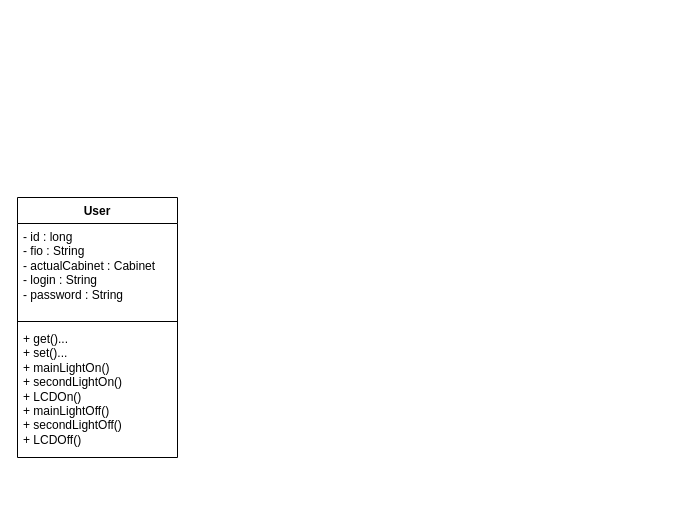
Before: Диаграмма без названия.drawio in Sparke2/Illustrations, a draw.io diagram. Source tidied: cells renumbered, new cells numbered last; positions are measured from the earlier drawing's top-left corner, leaving out a move shared by most shapes. Both pictures are drawn from the tidied source at 100%, with x=0, y=0 at pixel (17, 197).
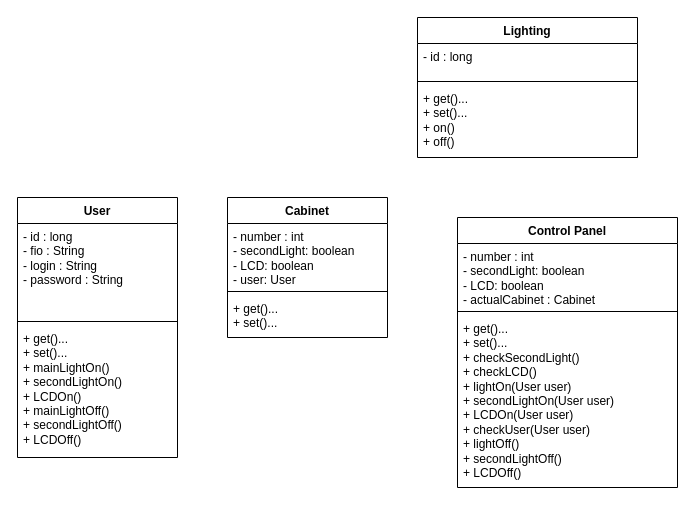
The same page after the edit.

What changed in the source:
```diff
@@
 <mxGraphModel>
   <root>
     <mxCell id="0" />
     <mxCell id="1" parent="0" />
     <mxCell id="2" value="User" style="swimlane;fontStyle=1;align=center;verticalAlign=top;horizontal=1;startSize=26;whiteSpace=wrap;html=1;" parent="1" vertex="1">
       <mxGeometry width="160" height="260" as="geometry" />
     </mxCell>
-    <mxCell id="3" value="- id : long&lt;br&gt;- fio : String&lt;br&gt;- actualCabinet : Cabinet&lt;br&gt;- login : String&lt;br&gt;- password : String" style="text;strokeColor=none;fillColor=none;align=left;verticalAlign=top;spacingLeft=4;spacingRight=4;overflow=hidden;whiteSpace=wrap;html=1;" parent="2" vertex="1">
+    <mxCell id="3" value="- id : long&lt;br&gt;- fio : String&lt;br&gt;- login : String&lt;br&gt;- password : String" style="text;strokeColor=none;fillColor=none;align=left;verticalAlign=top;spacingLeft=4;spacingRight=4;overflow=hidden;whiteSpace=wrap;html=1;" parent="2" vertex="1">
       <mxGeometry y="26" width="160" height="94" as="geometry" />
     </mxCell>
     <mxCell id="4" style="line;strokeWidth=1;fillColor=none;align=left;verticalAlign=middle;spacingTop=-1;spacingLeft=3;spacingRight=3;labelPosition=right;strokeColor=inherit;" parent="2" vertex="1">
       <mxGeometry y="120" width="160" height="8" as="geometry" />
     </mxCell>
     <mxCell id="5" value="+ get()...&lt;br&gt;+ set()...&lt;br&gt;+ mainLightOn()&lt;br&gt;+ secondLightOn()&lt;br&gt;+ LCDOn()&lt;br&gt;+ mainLightOff()&lt;br style=&quot;border-color: var(--border-color);&quot;&gt;+ secondLightOff()&lt;br style=&quot;border-color: var(--border-color);&quot;&gt;+ LCDOff()" style="text;strokeColor=none;fillColor=none;align=left;verticalAlign=top;spacingLeft=4;spacingRight=4;overflow=hidden;whiteSpace=wrap;html=1;" parent="2" vertex="1">
       <mxGeometry y="128" width="160" height="132" as="geometry" />
     </mxCell>
+    <mxCell id="6" value="Cabinet" style="swimlane;fontStyle=1;align=center;verticalAlign=top;horizontal=1;startSize=26;whiteSpace=wrap;html=1;" parent="1" vertex="1">
+      <mxGeometry x="210" width="160" height="140" as="geometry" />
+    </mxCell>
+    <mxCell id="7" value="- number : int&lt;br&gt;- secondLight: boolean&lt;br&gt;- LCD: boolean&lt;br&gt;- user: User" style="text;strokeColor=none;fillColor=none;align=left;verticalAlign=top;spacingLeft=4;spacingRight=4;overflow=hidden;whiteSpace=wrap;html=1;" parent="6" vertex="1">
+      <mxGeometry y="26" width="160" height="64" as="geometry" />
+    </mxCell>
+    <mxCell id="8" style="line;strokeWidth=1;fillColor=none;align=left;verticalAlign=middle;spacingTop=-1;spacingLeft=3;spacingRight=3;labelPosition=right;strokeColor=inherit;" parent="6" vertex="1">
+      <mxGeometry y="90" width="160" height="8" as="geometry" />
+    </mxCell>
+    <mxCell id="9" value="+ get()...&lt;br&gt;+ set()...&lt;br&gt;" style="text;strokeColor=none;fillColor=none;align=left;verticalAlign=top;spacingLeft=4;spacingRight=4;overflow=hidden;whiteSpace=wrap;html=1;" parent="6" vertex="1">
+      <mxGeometry y="98" width="160" height="42" as="geometry" />
+    </mxCell>
+    <mxCell id="10" value="Control Panel" style="swimlane;fontStyle=1;align=center;verticalAlign=top;horizontal=1;startSize=26;whiteSpace=wrap;html=1;" parent="1" vertex="1">
+      <mxGeometry x="440" y="20" width="220" height="270" as="geometry" />
+    </mxCell>
+    <mxCell id="11" value="- number : int&lt;br&gt;- secondLight: boolean&lt;br&gt;- LCD: boolean&lt;br&gt;- actualCabinet : Cabinet" style="text;strokeColor=none;fillColor=none;align=left;verticalAlign=top;spacingLeft=4;spacingRight=4;overflow=hidden;whiteSpace=wrap;html=1;" parent="10" vertex="1">
+      <mxGeometry y="26" width="220" height="64" as="geometry" />
+    </mxCell>
+    <mxCell id="12" style="line;strokeWidth=1;fillColor=none;align=left;verticalAlign=middle;spacingTop=-1;spacingLeft=3;spacingRight=3;labelPosition=right;strokeColor=inherit;" parent="10" vertex="1">
+      <mxGeometry y="90" width="220" height="8" as="geometry" />
+    </mxCell>
+    <mxCell id="13" value="+ get()...&lt;br&gt;+ set()...&lt;br&gt;+ checkSecondLight()&lt;br&gt;+ checkLCD()&lt;br&gt;+ lightOn(User user)&lt;br&gt;+ secondLightOn(User user)&lt;br&gt;+ LCDOn(User user)&lt;br&gt;+ checkUser(User user)&lt;br&gt;+ lightOff()&lt;br&gt;+ secondLightOff()&lt;br&gt;+ LCDOff()" style="text;strokeColor=none;fillColor=none;align=left;verticalAlign=top;spacingLeft=4;spacingRight=4;overflow=hidden;whiteSpace=wrap;html=1;" parent="10" vertex="1">
+      <mxGeometry y="98" width="220" height="172" as="geometry" />
+    </mxCell>
+    <mxCell id="14" value="Lighting" style="swimlane;fontStyle=1;align=center;verticalAlign=top;horizontal=1;startSize=26;whiteSpace=wrap;html=1;" parent="1" vertex="1">
+      <mxGeometry x="400" y="-180" width="220" height="140" as="geometry" />
+    </mxCell>
+    <mxCell id="15" value="- id : long" style="text;strokeColor=none;fillColor=none;align=left;verticalAlign=top;spacingLeft=4;spacingRight=4;overflow=hidden;whiteSpace=wrap;html=1;" parent="14" vertex="1">
+      <mxGeometry y="26" width="220" height="34" as="geometry" />
+    </mxCell>
+    <mxCell id="16" style="line;strokeWidth=1;fillColor=none;align=left;verticalAlign=middle;spacingTop=-1;spacingLeft=3;spacingRight=3;labelPosition=right;strokeColor=inherit;" parent="14" vertex="1">
+      <mxGeometry y="60" width="220" height="8" as="geometry" />
+    </mxCell>
+    <mxCell id="17" value="+ get()...&lt;br&gt;+ set()...&lt;br&gt;+ on()&lt;br&gt;+ off()" style="text;strokeColor=none;fillColor=none;align=left;verticalAlign=top;spacingLeft=4;spacingRight=4;overflow=hidden;whiteSpace=wrap;html=1;" parent="14" vertex="1">
+      <mxGeometry y="68" width="220" height="72" as="geometry" />
+    </mxCell>
   </root>
 </mxGraphModel>
```
